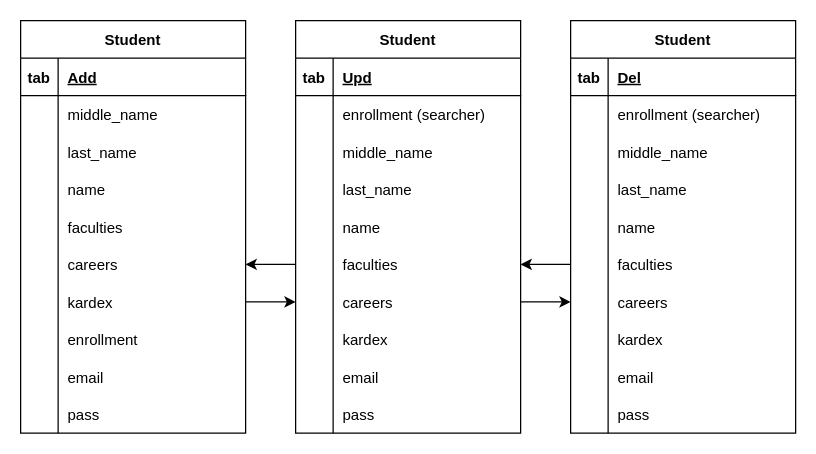
Before: page "Student" (4 of 6) of Rectory.drawio in miguelrang/InscripcionHorarioSIASE-UANL-SIMULACION-2.0, a draw.io diagram. Source tidied: cells renumbered, new cells numbered last; positions are measured from the earlier drawing's top-left corner, leaving out a move shared by most shapes. Both pictures are drawn from the tidied source at 125%, with x=0, y=0 at pixel (20, 20).
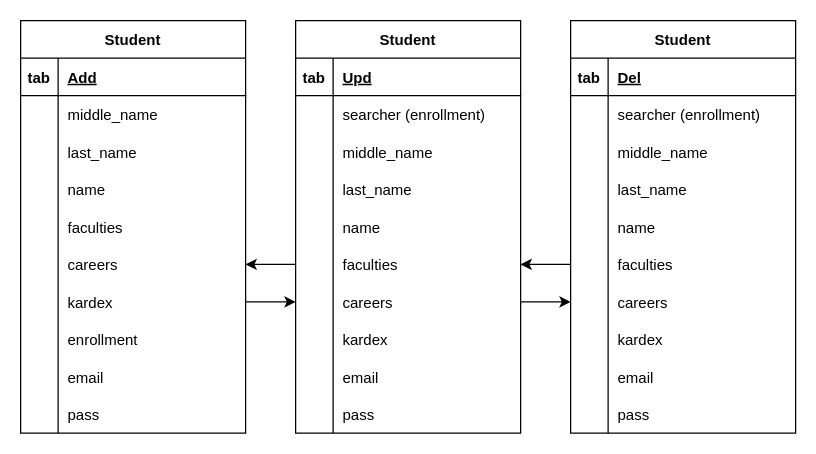
The same page after the edit.

The change refers to these unchanged cells:
```xml
<mxCell id="37" style="shape=tableRow;horizontal=0;startSize=0;swimlaneHead=0;swimlaneBody=0;fillColor=none;top=0;left=0;right=0;bottom=0;" parent="33" vertex="1">
  <mxGeometry y="60" width="180" height="30" as="geometry" />
</mxCell>
<mxCell id="68" style="shape=tableRow;horizontal=0;startSize=0;swimlaneHead=0;swimlaneBody=0;fillColor=none;top=0;left=0;right=0;bottom=0;" parent="64" vertex="1">
  <mxGeometry y="60" width="180" height="30" as="geometry" />
</mxCell>
```

Diff of the diagram source:
```diff
@@
-    <mxCell id="39" value="enrollment (searcher)" style="shape=partialRectangle;fillColor=none;top=0;left=0;bottom=0;right=0;align=left;spacingLeft=6;overflow=hidden;" parent="37" vertex="1">
+    <mxCell id="39" value="searcher (enrollment)" style="shape=partialRectangle;fillColor=none;top=0;left=0;bottom=0;right=0;align=left;spacingLeft=6;overflow=hidden;" parent="37" vertex="1">
       <mxGeometry x="30" width="150" height="30" as="geometry" />
     </mxCell>
@@
-    <mxCell id="70" value="enrollment (searcher)" style="shape=partialRectangle;fillColor=none;top=0;left=0;bottom=0;right=0;align=left;spacingLeft=6;overflow=hidden;" parent="68" vertex="1">
+    <mxCell id="70" value="searcher (enrollment)" style="shape=partialRectangle;fillColor=none;top=0;left=0;bottom=0;right=0;align=left;spacingLeft=6;overflow=hidden;" parent="68" vertex="1">
       <mxGeometry x="30" width="150" height="30" as="geometry" />
     </mxCell>
```
